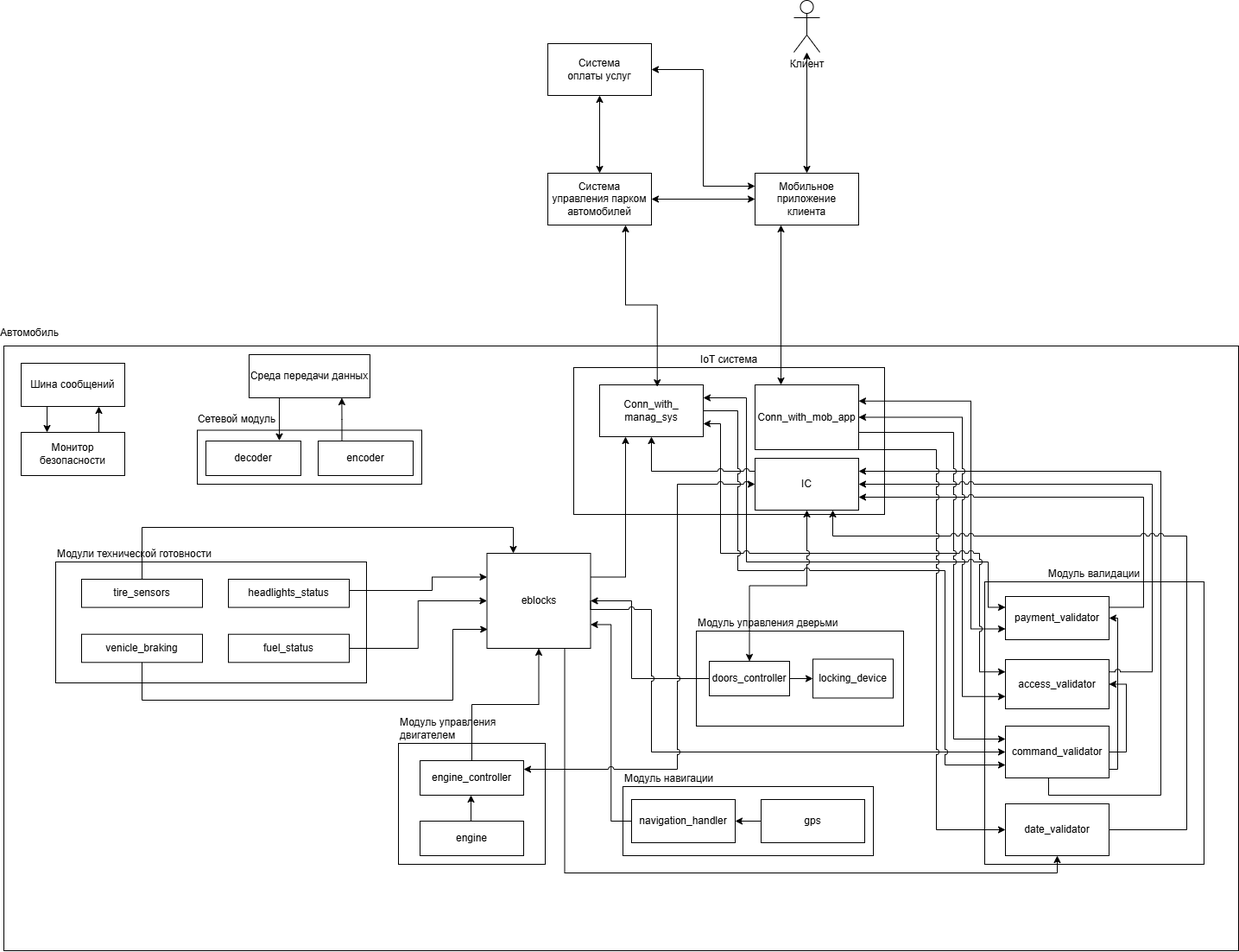
The draw.io diagram docs/pics/arch.png in 1kitten/cyberimmune-3, before a commit. Source tidied: cells renumbered, new cells last; positions are measured from the earlier drawing's top-left corner, leaving out a move shared by most shapes.
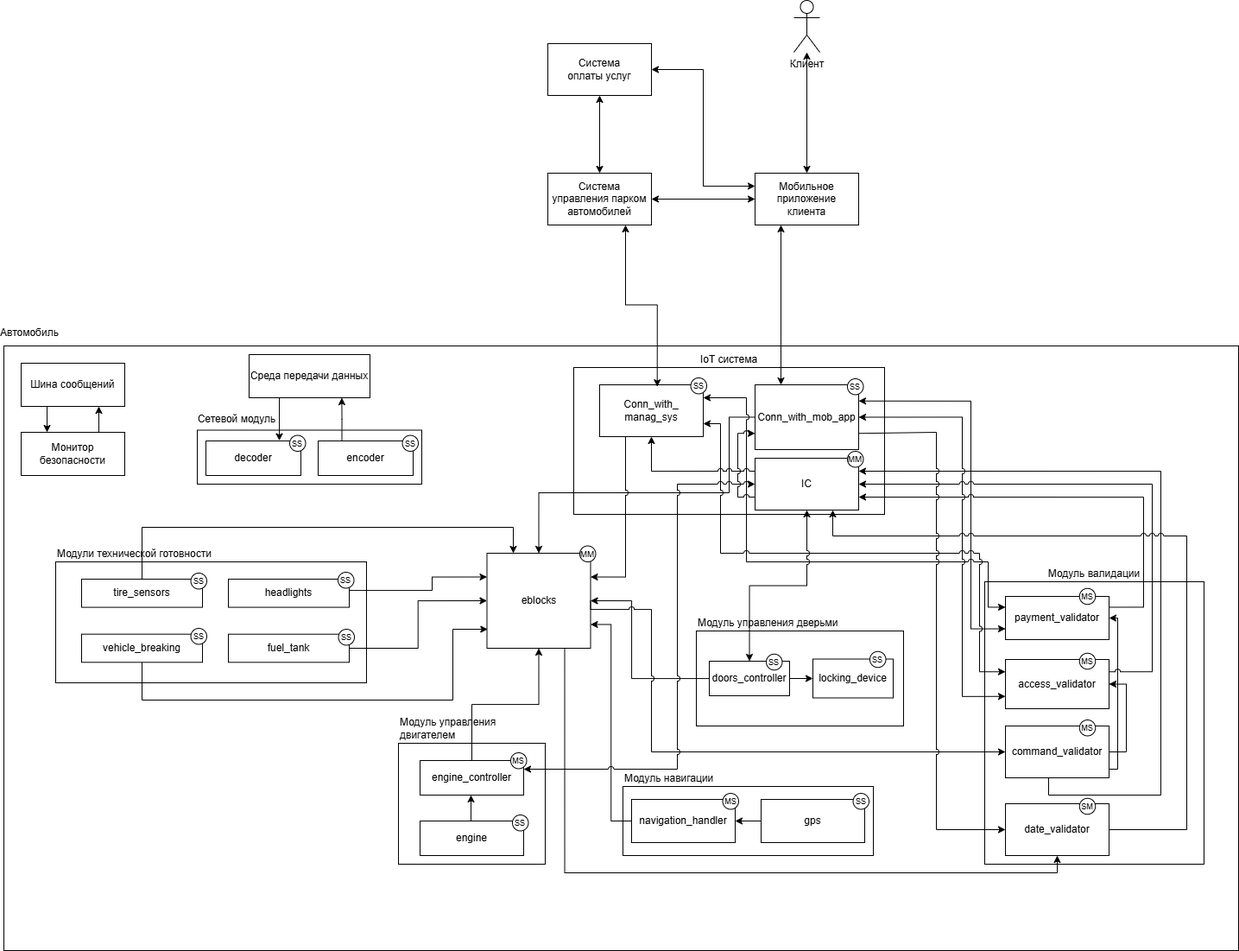
After the change.

Commit message:
change logic of arch

The edit, as a diff of the source:
```diff
@@ -26,18 +26,30 @@
     <mxCell id="9" value="Модули технической готовности" style="rounded=0;whiteSpace=wrap;html=1;labelPosition=center;verticalLabelPosition=top;align=left;verticalAlign=bottom;" parent="8" vertex="1">
       <mxGeometry width="360" height="140" as="geometry" />
     </mxCell>
-    <mxCell id="10" value="headlights_status" style="rounded=0;whiteSpace=wrap;html=1;" parent="8" vertex="1">
+    <mxCell id="10" value="headlights" style="rounded=0;whiteSpace=wrap;html=1;" parent="8" vertex="1">
       <mxGeometry x="200" y="20" width="140" height="32.6" as="geometry" />
     </mxCell>
-    <mxCell id="11" value="venicle_braking" style="rounded=0;whiteSpace=wrap;html=1;" parent="8" vertex="1">
+    <mxCell id="11" value="vehicle_breaking" style="rounded=0;whiteSpace=wrap;html=1;" parent="8" vertex="1">
       <mxGeometry x="30" y="83.7" width="140" height="32.6" as="geometry" />
     </mxCell>
     <mxCell id="12" value="tire_sensors" style="rounded=0;whiteSpace=wrap;html=1;" parent="8" vertex="1">
       <mxGeometry x="30" y="20" width="140" height="32.6" as="geometry" />
     </mxCell>
-    <mxCell id="13" value="fuel_status" style="rounded=0;whiteSpace=wrap;html=1;" parent="8" vertex="1">
+    <mxCell id="13" value="fuel_tank" style="rounded=0;whiteSpace=wrap;html=1;" parent="8" vertex="1">
       <mxGeometry x="200" y="83.7" width="140" height="32.6" as="geometry" />
     </mxCell>
+    <mxCell id="83" value="&lt;div style=&quot;text-align: justify; line-height: 90%;&quot;&gt;&lt;span style=&quot;background-color: initial;&quot;&gt;&lt;font style=&quot;font-size: 9px;&quot;&gt;SS&lt;/font&gt;&lt;/span&gt;&lt;/div&gt;" style="ellipse;whiteSpace=wrap;html=1;fontSize=10;" parent="8" vertex="1">
+      <mxGeometry x="156.5" y="13" width="18.5" height="18.5" as="geometry" />
+    </mxCell>
+    <mxCell id="84" value="&lt;div style=&quot;text-align: justify; line-height: 90%;&quot;&gt;&lt;span style=&quot;background-color: initial;&quot;&gt;&lt;font style=&quot;font-size: 9px;&quot;&gt;SS&lt;/font&gt;&lt;/span&gt;&lt;/div&gt;" style="ellipse;whiteSpace=wrap;html=1;fontSize=10;" parent="8" vertex="1">
+      <mxGeometry x="156.5" y="77" width="18.5" height="18.5" as="geometry" />
+    </mxCell>
+    <mxCell id="85" value="&lt;div style=&quot;text-align: justify; line-height: 90%;&quot;&gt;&lt;span style=&quot;background-color: initial;&quot;&gt;&lt;font style=&quot;font-size: 9px;&quot;&gt;SS&lt;/font&gt;&lt;/span&gt;&lt;/div&gt;" style="ellipse;whiteSpace=wrap;html=1;fontSize=10;" parent="8" vertex="1">
+      <mxGeometry x="327" y="12" width="18.5" height="18.5" as="geometry" />
+    </mxCell>
+    <mxCell id="86" value="&lt;div style=&quot;text-align: justify; line-height: 90%;&quot;&gt;&lt;span style=&quot;background-color: initial;&quot;&gt;&lt;font style=&quot;font-size: 9px;&quot;&gt;SS&lt;/font&gt;&lt;/span&gt;&lt;/div&gt;" style="ellipse;whiteSpace=wrap;html=1;fontSize=10;" parent="8" vertex="1">
+      <mxGeometry x="327.5" y="78" width="18.5" height="18.5" as="geometry" />
+    </mxCell>
     <mxCell id="14" style="group;" parent="1" vertex="1">
       <mxGeometry x="20" y="420" width="120" height="130" as="geometry" />
     </mxCell>
@@ -103,6 +115,12 @@
     <mxCell id="33" style="edgeStyle=orthogonalEdgeStyle;rounded=0;jettySize=auto;html=1;exitX=0;exitY=0.5;exitDx=0;exitDy=0;entryX=1;entryY=0.5;entryDx=0;entryDy=0;" parent="29" edge="1" source="31" target="32">
       <mxGeometry relative="1" as="geometry" />
     </mxCell>
+    <mxCell id="87" value="&lt;div style=&quot;text-align: justify; line-height: 90%;&quot;&gt;&lt;span style=&quot;background-color: initial;&quot;&gt;&lt;font style=&quot;font-size: 9px;&quot;&gt;SS&lt;/font&gt;&lt;/span&gt;&lt;/div&gt;" style="ellipse;whiteSpace=wrap;html=1;fontSize=10;" parent="29" vertex="1">
+      <mxGeometry x="266.5" y="8" width="18.5" height="18.5" as="geometry" />
+    </mxCell>
+    <mxCell id="88" value="&lt;div style=&quot;text-align: justify; line-height: 90%;&quot;&gt;&lt;span style=&quot;background-color: initial;&quot;&gt;&lt;font style=&quot;font-size: 9px;&quot;&gt;MS&lt;/font&gt;&lt;/span&gt;&lt;/div&gt;" style="ellipse;whiteSpace=wrap;html=1;fontSize=10;" parent="29" vertex="1">
+      <mxGeometry x="115.5" y="8" width="18.5" height="18.5" as="geometry" />
+    </mxCell>
     <mxCell id="34" style="edgeStyle=orthogonalEdgeStyle;rounded=0;jettySize=auto;html=1;exitX=0;exitY=0.5;exitDx=0;exitDy=0;entryX=1;entryY=0.75;entryDx=0;entryDy=0;" parent="1" edge="1" source="32" target="24">
       <mxGeometry relative="1" as="geometry" />
     </mxCell>
@@ -124,9 +142,24 @@
         <mxPoint x="84" y="60" as="targetPoint" />
       </mxGeometry>
     </mxCell>
+    <mxCell id="89" value="&lt;div style=&quot;text-align: justify; line-height: 90%;&quot;&gt;&lt;span style=&quot;background-color: initial;&quot;&gt;&lt;font style=&quot;font-size: 9px;&quot;&gt;SS&lt;/font&gt;&lt;/span&gt;&lt;/div&gt;" style="ellipse;whiteSpace=wrap;html=1;fontSize=10;" parent="35" vertex="1">
+      <mxGeometry x="132" y="83" width="18.5" height="18.5" as="geometry" />
+    </mxCell>
+    <mxCell id="90" value="&lt;div style=&quot;text-align: justify; line-height: 90%;&quot;&gt;&lt;span style=&quot;background-color: initial;&quot;&gt;&lt;font style=&quot;font-size: 9px;&quot;&gt;MS&lt;/font&gt;&lt;/span&gt;&lt;/div&gt;" style="ellipse;whiteSpace=wrap;html=1;fontSize=10;" parent="35" vertex="1">
+      <mxGeometry x="130" y="11" width="18.5" height="18.5" as="geometry" />
+    </mxCell>
     <mxCell id="40" style="edgeStyle=orthogonalEdgeStyle;rounded=0;jettySize=auto;html=1;exitX=0.5;exitY=0;exitDx=0;exitDy=0;entryX=0.5;entryY=1;entryDx=0;entryDy=0;startArrow=none;startFill=0;" parent="1" edge="1" source="38" target="24">
       <mxGeometry relative="1" as="geometry" />
     </mxCell>
+    <mxCell id="91" style="edgeStyle=orthogonalEdgeStyle;rounded=0;jettySize=auto;html=1;entryX=0.5;entryY=0;entryDx=0;entryDy=0;jumpStyle=arc;" parent="1" edge="1" source="41" target="24">
+      <mxGeometry relative="1" as="geometry">
+        <Array as="points">
+          <mxPoint x="840" y="482" />
+          <mxPoint x="840" y="570" />
+          <mxPoint x="620" y="570" />
+        </Array>
+      </mxGeometry>
+    </mxCell>
     <mxCell id="41" value="Conn_with_mob_app" style="rounded=0;whiteSpace=wrap;html=1;" parent="1" vertex="1">
       <mxGeometry x="870" y="445" width="120" height="75" as="geometry" />
     </mxCell>
@@ -281,29 +314,13 @@
     <mxCell id="67" style="edgeStyle=orthogonalEdgeStyle;rounded=0;jettySize=auto;html=1;exitX=0;exitY=0.25;exitDx=0;exitDy=0;entryX=0.5;entryY=1;entryDx=0;entryDy=0;jumpStyle=arc;" parent="1" edge="1" source="68" target="43">
       <mxGeometry relative="1" as="geometry" />
     </mxCell>
+    <mxCell id="92" style="edgeStyle=orthogonalEdgeStyle;rounded=0;jettySize=auto;html=1;exitX=0;exitY=0.75;exitDx=0;exitDy=0;entryX=0;entryY=0.75;entryDx=0;entryDy=0;jumpStyle=arc;" parent="1" edge="1" source="68" target="41">
+      <mxGeometry relative="1" as="geometry" />
+    </mxCell>
     <mxCell id="68" value="IC" style="rounded=0;whiteSpace=wrap;html=1;" parent="1" vertex="1">
       <mxGeometry x="870" y="530" width="120" height="60" as="geometry" />
     </mxCell>
-    <mxCell id="69" style="edgeStyle=orthogonalEdgeStyle;rounded=0;jettySize=auto;html=1;startArrow=none;startFill=0;entryX=0;entryY=0.25;entryDx=0;entryDy=0;exitX=1;exitY=0.75;exitDx=0;exitDy=0;jumpStyle=arc;" parent="1" edge="1" source="41" target="55">
-      <mxGeometry relative="1" as="geometry">
-        <Array as="points">
-          <mxPoint x="990" y="500" />
-          <mxPoint x="1100" y="500" />
-          <mxPoint x="1100" y="855" />
-        </Array>
-      </mxGeometry>
-    </mxCell>
-    <mxCell id="70" style="edgeStyle=orthogonalEdgeStyle;rounded=0;jettySize=auto;html=1;entryX=0;entryY=0.75;entryDx=0;entryDy=0;jumpStyle=arc;" parent="1" edge="1" source="43" target="55">
-      <mxGeometry relative="1" as="geometry">
-        <Array as="points">
-          <mxPoint x="850" y="475" />
-          <mxPoint x="850" y="660" />
-          <mxPoint x="1090" y="660" />
-          <mxPoint x="1090" y="885" />
-        </Array>
-      </mxGeometry>
-    </mxCell>
-    <mxCell id="71" style="edgeStyle=orthogonalEdgeStyle;rounded=0;jettySize=auto;html=1;entryX=0.25;entryY=1;entryDx=0;entryDy=0;jumpStyle=arc;exitX=1;exitY=0.25;exitDx=0;exitDy=0;" parent="1" edge="1" source="24" target="43">
+    <mxCell id="71" style="edgeStyle=orthogonalEdgeStyle;rounded=0;jettySize=auto;html=1;entryX=0.25;entryY=1;entryDx=0;entryDy=0;jumpStyle=arc;exitX=1;exitY=0.25;exitDx=0;exitDy=0;startArrow=classic;startFill=1;endArrow=none;endFill=0;" parent="1" edge="1" source="24" target="43">
       <mxGeometry relative="1" as="geometry" />
     </mxCell>
     <mxCell id="72" style="edgeStyle=orthogonalEdgeStyle;rounded=0;jettySize=auto;html=1;exitX=1;exitY=0.5;exitDx=0;exitDy=0;entryX=0.75;entryY=1;entryDx=0;entryDy=0;jumpStyle=arc;" parent="1" edge="1" source="73" target="68">
@@ -321,10 +338,11 @@
     <mxCell id="74" style="edgeStyle=orthogonalEdgeStyle;rounded=0;jettySize=auto;html=1;exitX=0.75;exitY=1;exitDx=0;exitDy=0;entryX=0.5;entryY=1;entryDx=0;entryDy=0;" parent="1" edge="1" source="24" target="73">
       <mxGeometry relative="1" as="geometry" />
     </mxCell>
-    <mxCell id="75" style="edgeStyle=orthogonalEdgeStyle;rounded=0;jettySize=auto;html=1;exitX=1;exitY=1;exitDx=0;exitDy=0;entryX=0;entryY=0.5;entryDx=0;entryDy=0;jumpStyle=arc;" parent="1" edge="1" source="41" target="73">
+    <mxCell id="75" style="edgeStyle=orthogonalEdgeStyle;rounded=0;jettySize=auto;html=1;exitX=1;exitY=0.75;exitDx=0;exitDy=0;entryX=0;entryY=0.5;entryDx=0;entryDy=0;jumpStyle=arc;" parent="1" edge="1" source="41" target="73">
       <mxGeometry relative="1" as="geometry">
         <Array as="points">
-          <mxPoint x="1080" y="520" />
+          <mxPoint x="990" y="500" />
+          <mxPoint x="1080" y="500" />
           <mxPoint x="1080" y="960" />
         </Array>
       </mxGeometry>
@@ -350,5 +368,41 @@
     <mxCell id="82" style="edgeStyle=orthogonalEdgeStyle;rounded=0;jettySize=auto;html=1;exitX=0.25;exitY=1;exitDx=0;exitDy=0;entryX=0.773;entryY=-0.008;entryDx=0;entryDy=0;entryPerimeter=0;" parent="1" edge="1" source="80" target="79">
       <mxGeometry relative="1" as="geometry" />
     </mxCell>
+    <mxCell id="93" value="&lt;div style=&quot;text-align: justify; line-height: 90%;&quot;&gt;&lt;span style=&quot;background-color: initial;&quot;&gt;&lt;font style=&quot;font-size: 9px;&quot;&gt;SS&lt;/font&gt;&lt;/span&gt;&lt;/div&gt;" style="ellipse;whiteSpace=wrap;html=1;fontSize=10;" parent="1" vertex="1">
+      <mxGeometry x="331" y="503.5" width="18.5" height="18.5" as="geometry" />
+    </mxCell>
+    <mxCell id="94" value="&lt;div style=&quot;text-align: justify; line-height: 90%;&quot;&gt;&lt;span style=&quot;background-color: initial;&quot;&gt;&lt;font style=&quot;font-size: 9px;&quot;&gt;SS&lt;/font&gt;&lt;/span&gt;&lt;/div&gt;" style="ellipse;whiteSpace=wrap;html=1;fontSize=10;" parent="1" vertex="1">
+      <mxGeometry x="461.5" y="503.5" width="18.5" height="18.5" as="geometry" />
+    </mxCell>
+    <mxCell id="95" value="&lt;div style=&quot;text-align: justify; line-height: 90%;&quot;&gt;&lt;span style=&quot;background-color: initial;&quot;&gt;&lt;font style=&quot;font-size: 9px;&quot;&gt;SS&lt;/font&gt;&lt;/span&gt;&lt;/div&gt;" style="ellipse;whiteSpace=wrap;html=1;fontSize=10;" parent="1" vertex="1">
+      <mxGeometry x="795.5" y="437" width="18.5" height="18.5" as="geometry" />
+    </mxCell>
+    <mxCell id="96" value="&lt;div style=&quot;text-align: justify; line-height: 90%;&quot;&gt;&lt;span style=&quot;background-color: initial;&quot;&gt;&lt;font style=&quot;font-size: 9px;&quot;&gt;SS&lt;/font&gt;&lt;/span&gt;&lt;/div&gt;" style="ellipse;whiteSpace=wrap;html=1;fontSize=10;" parent="1" vertex="1">
+      <mxGeometry x="977" y="438" width="18.5" height="18.5" as="geometry" />
+    </mxCell>
+    <mxCell id="97" value="&lt;div style=&quot;text-align: justify; line-height: 90%;&quot;&gt;&lt;font size=&quot;1&quot;&gt;MM&lt;/font&gt;&lt;/div&gt;" style="ellipse;whiteSpace=wrap;html=1;fontSize=10;" parent="1" vertex="1">
+      <mxGeometry x="977" y="522" width="18.5" height="18.5" as="geometry" />
+    </mxCell>
+    <mxCell id="98" value="&lt;div style=&quot;text-align: justify; line-height: 90%;&quot;&gt;&lt;span style=&quot;background-color: initial;&quot;&gt;&lt;font style=&quot;font-size: 9px;&quot;&gt;MS&lt;/font&gt;&lt;/span&gt;&lt;/div&gt;" style="ellipse;whiteSpace=wrap;html=1;fontSize=10;" parent="1" vertex="1">
+      <mxGeometry x="1245.8" y="680.8" width="18.5" height="18.5" as="geometry" />
+    </mxCell>
+    <mxCell id="99" value="&lt;div style=&quot;text-align: justify; line-height: 90%;&quot;&gt;&lt;span style=&quot;background-color: initial;&quot;&gt;&lt;font style=&quot;font-size: 9px;&quot;&gt;MS&lt;/font&gt;&lt;/span&gt;&lt;/div&gt;" style="ellipse;whiteSpace=wrap;html=1;fontSize=10;" parent="1" vertex="1">
+      <mxGeometry x="1245.8" y="755.8" width="18.5" height="18.5" as="geometry" />
+    </mxCell>
+    <mxCell id="100" value="&lt;div style=&quot;text-align: justify; line-height: 90%;&quot;&gt;&lt;span style=&quot;background-color: initial;&quot;&gt;&lt;font style=&quot;font-size: 9px;&quot;&gt;MS&lt;/font&gt;&lt;/span&gt;&lt;/div&gt;" style="ellipse;whiteSpace=wrap;html=1;fontSize=10;" parent="1" vertex="1">
+      <mxGeometry x="1245.8" y="833" width="18.5" height="18.5" as="geometry" />
+    </mxCell>
+    <mxCell id="101" value="&lt;div style=&quot;text-align: justify; line-height: 90%;&quot;&gt;&lt;span style=&quot;background-color: initial;&quot;&gt;&lt;font style=&quot;font-size: 9px;&quot;&gt;SM&lt;/font&gt;&lt;/span&gt;&lt;/div&gt;" style="ellipse;whiteSpace=wrap;html=1;fontSize=10;" parent="1" vertex="1">
+      <mxGeometry x="1245.8" y="923.8" width="18.5" height="18.5" as="geometry" />
+    </mxCell>
+    <mxCell id="102" value="&lt;div style=&quot;text-align: justify; line-height: 90%;&quot;&gt;&lt;span style=&quot;background-color: initial;&quot;&gt;&lt;font style=&quot;font-size: 9px;&quot;&gt;SS&lt;/font&gt;&lt;/span&gt;&lt;/div&gt;" style="ellipse;whiteSpace=wrap;html=1;fontSize=10;" parent="1" vertex="1">
+      <mxGeometry x="1003" y="753.8" width="18.5" height="18.5" as="geometry" />
+    </mxCell>
+    <mxCell id="103" value="&lt;div style=&quot;text-align: justify; line-height: 90%;&quot;&gt;&lt;span style=&quot;background-color: initial;&quot;&gt;&lt;font style=&quot;font-size: 9px;&quot;&gt;SS&lt;/font&gt;&lt;/span&gt;&lt;/div&gt;" style="ellipse;whiteSpace=wrap;html=1;fontSize=10;" parent="1" vertex="1">
+      <mxGeometry x="883" y="756.8" width="18.5" height="18.5" as="geometry" />
+    </mxCell>
+    <mxCell id="104" value="&lt;div style=&quot;text-align: justify; line-height: 90%;&quot;&gt;&lt;font size=&quot;1&quot;&gt;MM&lt;/font&gt;&lt;/div&gt;" style="ellipse;whiteSpace=wrap;html=1;fontSize=10;" parent="1" vertex="1">
+      <mxGeometry x="667" y="631.5" width="18.5" height="18.5" as="geometry" />
+    </mxCell>
   </root>
 </mxGraphModel>
```
